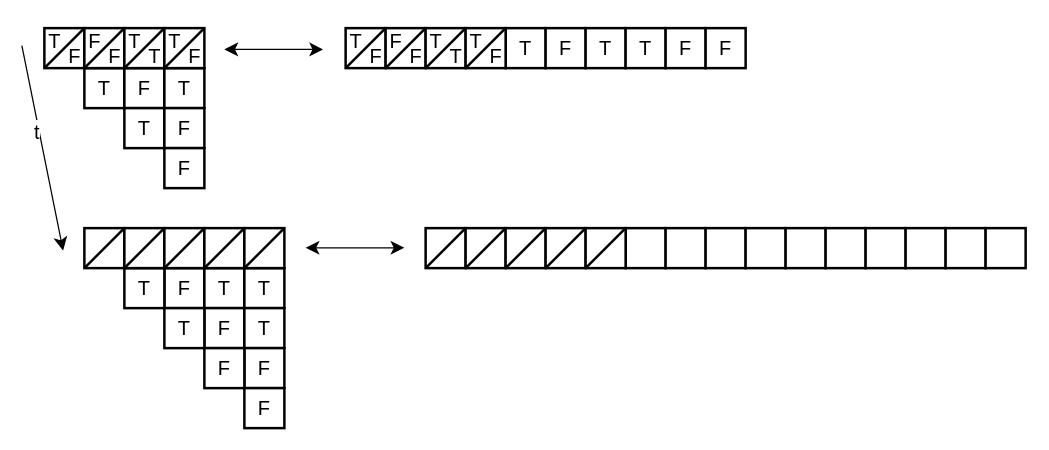
Above: page "第 8 页" (8 of 8) of pic/paperPic.drawio in 1Errors/PaperUse (draw.io), before the change. Source tidied: cells renumbered, new cells numbered last; positions are measured from the earlier drawing's top-left corner, leaving out a move shared by most shapes. Both pictures are drawn from the tidied source at 125%, with x=0, y=0 at pixel (21, 21).
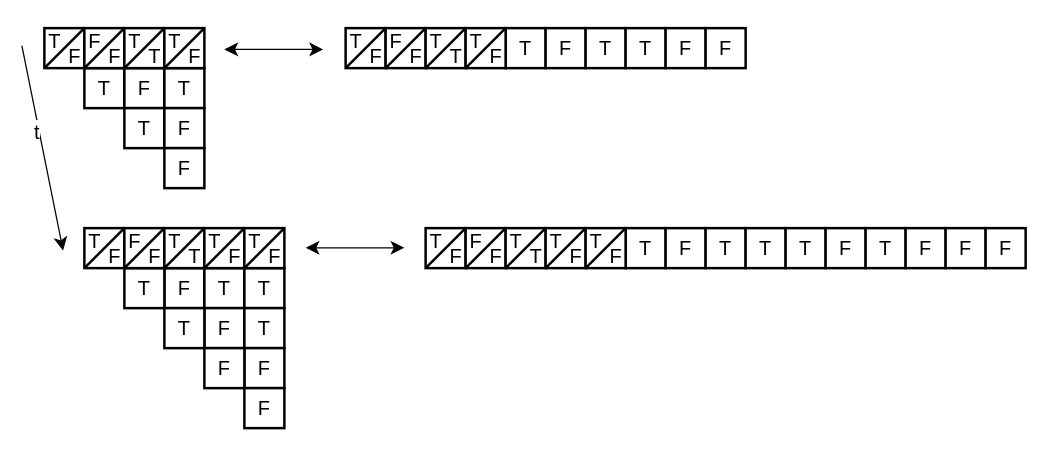
After the change.

Diff of the diagram source:
```diff
@@
-    <mxCell id="24" style="whiteSpace=wrap;html=1;fontSize=16;strokeWidth=2;" parent="1" vertex="1">
+    <mxCell id="24" value="T" style="whiteSpace=wrap;html=1;fontSize=16;strokeWidth=2;" parent="1" vertex="1">
       <mxGeometry x="483" y="165" width="32" height="32" as="geometry" />
     </mxCell>
-    <mxCell id="25" style="whiteSpace=wrap;html=1;fontSize=16;strokeWidth=2;" parent="1" vertex="1">
+    <mxCell id="25" value="F" style="whiteSpace=wrap;html=1;fontSize=16;strokeWidth=2;" parent="1" vertex="1">
       <mxGeometry x="515" y="165" width="32" height="32" as="geometry" />
     </mxCell>
-    <mxCell id="26" style="whiteSpace=wrap;html=1;fontSize=16;strokeWidth=2;" parent="1" vertex="1">
+    <mxCell id="26" value="T" style="whiteSpace=wrap;html=1;fontSize=16;strokeWidth=2;" parent="1" vertex="1">
       <mxGeometry x="547" y="165" width="32" height="32" as="geometry" />
     </mxCell>
-    <mxCell id="27" style="whiteSpace=wrap;html=1;fontSize=16;strokeWidth=2;" parent="1" vertex="1">
+    <mxCell id="27" value="T" style="whiteSpace=wrap;html=1;fontSize=16;strokeWidth=2;" parent="1" vertex="1">
       <mxGeometry x="579" y="165" width="32" height="32" as="geometry" />
     </mxCell>
-    <mxCell id="28" style="whiteSpace=wrap;html=1;fontSize=16;strokeWidth=2;" parent="1" vertex="1">
+    <mxCell id="28" value="T" style="whiteSpace=wrap;html=1;fontSize=16;strokeWidth=2;" parent="1" vertex="1">
       <mxGeometry x="611" y="165" width="32" height="32" as="geometry" />
     </mxCell>
-    <mxCell id="29" style="whiteSpace=wrap;html=1;fontSize=16;strokeWidth=2;" parent="1" vertex="1">
+    <mxCell id="29" value="F" style="whiteSpace=wrap;html=1;fontSize=16;strokeWidth=2;" parent="1" vertex="1">
       <mxGeometry x="643" y="165" width="32" height="32" as="geometry" />
     </mxCell>
-    <mxCell id="30" style="whiteSpace=wrap;html=1;fontSize=16;strokeWidth=2;" parent="1" vertex="1">
+    <mxCell id="30" value="T" style="whiteSpace=wrap;html=1;fontSize=16;strokeWidth=2;" parent="1" vertex="1">
       <mxGeometry x="675" y="165" width="32" height="32" as="geometry" />
     </mxCell>
-    <mxCell id="31" style="whiteSpace=wrap;html=1;fontSize=16;strokeWidth=2;" parent="1" vertex="1">
+    <mxCell id="31" value="F" style="whiteSpace=wrap;html=1;fontSize=16;strokeWidth=2;" parent="1" vertex="1">
       <mxGeometry x="707" y="165" width="32" height="32" as="geometry" />
     </mxCell>
-    <mxCell id="32" style="whiteSpace=wrap;html=1;fontSize=16;strokeWidth=2;" parent="1" vertex="1">
+    <mxCell id="32" value="F" style="whiteSpace=wrap;html=1;fontSize=16;strokeWidth=2;" parent="1" vertex="1">
       <mxGeometry x="739" y="165" width="32" height="32" as="geometry" />
     </mxCell>
-    <mxCell id="33" style="whiteSpace=wrap;html=1;fontSize=16;strokeWidth=2;" parent="1" vertex="1">
+    <mxCell id="33" value="F" style="whiteSpace=wrap;html=1;fontSize=16;strokeWidth=2;" parent="1" vertex="1">
       <mxGeometry x="771" y="165" width="32" height="32" as="geometry" />
     </mxCell>
@@
-    <mxCell id="43" style="group;" parent="1" vertex="1">
-      <mxGeometry x="50" y="165" width="32" height="32" as="geometry" />
-    </mxCell>
-    <mxCell id="44" style="whiteSpace=wrap;html=1;fontSize=16;strokeWidth=2;" parent="43" vertex="1">
-      <mxGeometry width="32" height="32" as="geometry" />
-    </mxCell>
-    <mxCell id="45" style="endArrow=none;html=1;rounded=0;fontSize=12;startSize=8;endSize=8;curved=1;exitX=0;exitY=1;exitDx=0;exitDy=0;entryX=0;entryY=0;entryDx=0;entryDy=0;strokeWidth=2;" parent="43" edge="1" source="44">
-      <mxGeometry relative="1" as="geometry">
-        <mxPoint x="32" as="targetPoint" />
-      </mxGeometry>
-    </mxCell>
-    <mxCell id="46" style="group;" parent="1" vertex="1">
-      <mxGeometry x="82" y="165" width="32" height="32" as="geometry" />
-    </mxCell>
-    <mxCell id="47" style="whiteSpace=wrap;html=1;fontSize=16;strokeWidth=2;" parent="46" vertex="1">
-      <mxGeometry width="32" height="32" as="geometry" />
-    </mxCell>
-    <mxCell id="48" style="endArrow=none;html=1;rounded=0;fontSize=12;startSize=8;endSize=8;curved=1;exitX=0;exitY=1;exitDx=0;exitDy=0;entryX=0;entryY=0;entryDx=0;entryDy=0;strokeWidth=2;" parent="46" edge="1" source="47">
-      <mxGeometry relative="1" as="geometry">
-        <mxPoint x="32" as="targetPoint" />
-      </mxGeometry>
-    </mxCell>
-    <mxCell id="49" style="group;" parent="1" vertex="1">
-      <mxGeometry x="114" y="165" width="32" height="32" as="geometry" />
-    </mxCell>
-    <mxCell id="50" style="whiteSpace=wrap;html=1;fontSize=16;strokeWidth=2;" parent="49" vertex="1">
-      <mxGeometry width="32" height="32" as="geometry" />
-    </mxCell>
-    <mxCell id="51" style="endArrow=none;html=1;rounded=0;fontSize=12;startSize=8;endSize=8;curved=1;exitX=0;exitY=1;exitDx=0;exitDy=0;entryX=0;entryY=0;entryDx=0;entryDy=0;strokeWidth=2;" parent="49" edge="1" source="50">
-      <mxGeometry relative="1" as="geometry">
-        <mxPoint x="32" as="targetPoint" />
-      </mxGeometry>
-    </mxCell>
-    <mxCell id="52" style="group;" parent="1" vertex="1">
-      <mxGeometry x="146" y="165" width="32" height="32" as="geometry" />
-    </mxCell>
-    <mxCell id="53" style="whiteSpace=wrap;html=1;fontSize=16;strokeWidth=2;" parent="52" vertex="1">
-      <mxGeometry width="32" height="32" as="geometry" />
-    </mxCell>
-    <mxCell id="54" style="endArrow=none;html=1;rounded=0;fontSize=12;startSize=8;endSize=8;curved=1;exitX=0;exitY=1;exitDx=0;exitDy=0;entryX=0;entryY=0;entryDx=0;entryDy=0;strokeWidth=2;" parent="52" edge="1" source="53">
-      <mxGeometry relative="1" as="geometry">
-        <mxPoint x="32" as="targetPoint" />
-      </mxGeometry>
-    </mxCell>
-    <mxCell id="55" style="group;" parent="1" vertex="1">
-      <mxGeometry x="178" y="165" width="32" height="32" as="geometry" />
-    </mxCell>
-    <mxCell id="56" style="whiteSpace=wrap;html=1;fontSize=16;strokeWidth=2;" parent="55" vertex="1">
-      <mxGeometry width="32" height="32" as="geometry" />
-    </mxCell>
-    <mxCell id="57" style="endArrow=none;html=1;rounded=0;fontSize=12;startSize=8;endSize=8;curved=1;exitX=0;exitY=1;exitDx=0;exitDy=0;entryX=0;entryY=0;entryDx=0;entryDy=0;strokeWidth=2;" parent="55" edge="1" source="56">
-      <mxGeometry relative="1" as="geometry">
-        <mxPoint x="32" as="targetPoint" />
-      </mxGeometry>
-    </mxCell>
-    <mxCell id="58" style="group;" parent="1" vertex="1">
-      <mxGeometry x="323" y="165" width="32" height="32" as="geometry" />
-    </mxCell>
-    <mxCell id="59" style="whiteSpace=wrap;html=1;fontSize=16;strokeWidth=2;" parent="58" vertex="1">
-      <mxGeometry width="32" height="32" as="geometry" />
-    </mxCell>
-    <mxCell id="60" style="endArrow=none;html=1;rounded=0;fontSize=12;startSize=8;endSize=8;curved=1;exitX=0;exitY=1;exitDx=0;exitDy=0;entryX=0;entryY=0;entryDx=0;entryDy=0;strokeWidth=2;" parent="58" edge="1" source="59">
-      <mxGeometry relative="1" as="geometry">
-        <mxPoint x="32" as="targetPoint" />
-      </mxGeometry>
-    </mxCell>
-    <mxCell id="61" style="group;" parent="1" vertex="1">
-      <mxGeometry x="355" y="165" width="32" height="32" as="geometry" />
-    </mxCell>
-    <mxCell id="62" style="whiteSpace=wrap;html=1;fontSize=16;strokeWidth=2;" parent="61" vertex="1">
-      <mxGeometry width="32" height="32" as="geometry" />
-    </mxCell>
-    <mxCell id="63" style="endArrow=none;html=1;rounded=0;fontSize=12;startSize=8;endSize=8;curved=1;exitX=0;exitY=1;exitDx=0;exitDy=0;entryX=0;entryY=0;entryDx=0;entryDy=0;strokeWidth=2;" parent="61" edge="1" source="62">
-      <mxGeometry relative="1" as="geometry">
-        <mxPoint x="32" as="targetPoint" />
-      </mxGeometry>
-    </mxCell>
-    <mxCell id="64" style="group;" parent="1" vertex="1">
-      <mxGeometry x="387" y="165" width="32" height="32" as="geometry" />
-    </mxCell>
-    <mxCell id="65" style="whiteSpace=wrap;html=1;fontSize=16;strokeWidth=2;" parent="64" vertex="1">
-      <mxGeometry width="32" height="32" as="geometry" />
-    </mxCell>
-    <mxCell id="66" style="endArrow=none;html=1;rounded=0;fontSize=12;startSize=8;endSize=8;curved=1;exitX=0;exitY=1;exitDx=0;exitDy=0;entryX=0;entryY=0;entryDx=0;entryDy=0;strokeWidth=2;" parent="64" edge="1" source="65">
-      <mxGeometry relative="1" as="geometry">
-        <mxPoint x="32" as="targetPoint" />
-      </mxGeometry>
-    </mxCell>
-    <mxCell id="67" style="group;" parent="1" vertex="1">
-      <mxGeometry x="419" y="165" width="32" height="32" as="geometry" />
-    </mxCell>
-    <mxCell id="68" style="whiteSpace=wrap;html=1;fontSize=16;strokeWidth=2;" parent="67" vertex="1">
-      <mxGeometry width="32" height="32" as="geometry" />
-    </mxCell>
-    <mxCell id="69" style="endArrow=none;html=1;rounded=0;fontSize=12;startSize=8;endSize=8;curved=1;exitX=0;exitY=1;exitDx=0;exitDy=0;entryX=0;entryY=0;entryDx=0;entryDy=0;strokeWidth=2;" parent="67" edge="1" source="68">
-      <mxGeometry relative="1" as="geometry">
-        <mxPoint x="32" as="targetPoint" />
-      </mxGeometry>
-    </mxCell>
-    <mxCell id="70" style="group;" parent="1" vertex="1">
-      <mxGeometry x="451" y="165" width="32" height="32" as="geometry" />
-    </mxCell>
-    <mxCell id="71" style="whiteSpace=wrap;html=1;fontSize=16;strokeWidth=2;" parent="70" vertex="1">
-      <mxGeometry width="32" height="32" as="geometry" />
-    </mxCell>
-    <mxCell id="72" style="endArrow=none;html=1;rounded=0;fontSize=12;startSize=8;endSize=8;curved=1;exitX=0;exitY=1;exitDx=0;exitDy=0;entryX=0;entryY=0;entryDx=0;entryDy=0;strokeWidth=2;" parent="70" edge="1" source="71">
-      <mxGeometry relative="1" as="geometry">
-        <mxPoint x="32" as="targetPoint" />
-      </mxGeometry>
-    </mxCell>
@@
+    <mxCell id="108" style="group;" parent="1" vertex="1">
+      <mxGeometry x="50" y="165" width="36" height="37" as="geometry" />
+    </mxCell>
+    <mxCell id="109" style="whiteSpace=wrap;html=1;fontSize=16;strokeWidth=2;" parent="108" vertex="1">
+      <mxGeometry width="32" height="32" as="geometry" />
+    </mxCell>
+    <mxCell id="110" style="endArrow=none;html=1;rounded=0;fontSize=12;startSize=8;endSize=8;curved=1;exitX=0;exitY=1;exitDx=0;exitDy=0;entryX=0;entryY=0;entryDx=0;entryDy=0;strokeWidth=2;" parent="108" edge="1" source="109">
+      <mxGeometry relative="1" as="geometry">
+        <mxPoint x="32" as="targetPoint" />
+      </mxGeometry>
+    </mxCell>
+    <mxCell id="111" value="T" style="text;html=1;strokeColor=none;fillColor=none;align=center;verticalAlign=middle;whiteSpace=wrap;rounded=0;fontSize=16;" parent="108" vertex="1">
+      <mxGeometry x="-3" y="-5" width="23" height="30" as="geometry" />
+    </mxCell>
+    <mxCell id="112" value="F" style="text;html=1;strokeColor=none;fillColor=none;align=center;verticalAlign=middle;whiteSpace=wrap;rounded=0;fontSize=16;" parent="108" vertex="1">
+      <mxGeometry x="13" y="7" width="23" height="30" as="geometry" />
+    </mxCell>
+    <mxCell id="113" style="group;" parent="1" vertex="1">
+      <mxGeometry x="82" y="165" width="36" height="37" as="geometry" />
+    </mxCell>
+    <mxCell id="114" style="whiteSpace=wrap;html=1;fontSize=16;strokeWidth=2;" parent="113" vertex="1">
+      <mxGeometry width="32" height="32" as="geometry" />
+    </mxCell>
+    <mxCell id="115" style="endArrow=none;html=1;rounded=0;fontSize=12;startSize=8;endSize=8;curved=1;exitX=0;exitY=1;exitDx=0;exitDy=0;entryX=0;entryY=0;entryDx=0;entryDy=0;strokeWidth=2;" parent="113" edge="1" source="114">
+      <mxGeometry relative="1" as="geometry">
+        <mxPoint x="32" as="targetPoint" />
+      </mxGeometry>
+    </mxCell>
+    <mxCell id="116" value="F" style="text;html=1;strokeColor=none;fillColor=none;align=center;verticalAlign=middle;whiteSpace=wrap;rounded=0;fontSize=16;" parent="113" vertex="1">
+      <mxGeometry x="-3" y="-5" width="23" height="30" as="geometry" />
+    </mxCell>
+    <mxCell id="117" value="F" style="text;html=1;strokeColor=none;fillColor=none;align=center;verticalAlign=middle;whiteSpace=wrap;rounded=0;fontSize=16;" parent="113" vertex="1">
+      <mxGeometry x="13" y="7" width="23" height="30" as="geometry" />
+    </mxCell>
+    <mxCell id="118" style="group;" parent="1" vertex="1">
+      <mxGeometry x="114" y="165" width="36" height="37" as="geometry" />
+    </mxCell>
+    <mxCell id="119" style="whiteSpace=wrap;html=1;fontSize=16;strokeWidth=2;" parent="118" vertex="1">
+      <mxGeometry width="32" height="32" as="geometry" />
+    </mxCell>
+    <mxCell id="120" style="endArrow=none;html=1;rounded=0;fontSize=12;startSize=8;endSize=8;curved=1;exitX=0;exitY=1;exitDx=0;exitDy=0;entryX=0;entryY=0;entryDx=0;entryDy=0;strokeWidth=2;" parent="118" edge="1" source="119">
+      <mxGeometry relative="1" as="geometry">
+        <mxPoint x="32" as="targetPoint" />
+      </mxGeometry>
+    </mxCell>
+    <mxCell id="121" value="T" style="text;html=1;strokeColor=none;fillColor=none;align=center;verticalAlign=middle;whiteSpace=wrap;rounded=0;fontSize=16;" parent="118" vertex="1">
+      <mxGeometry x="-3" y="-5" width="23" height="30" as="geometry" />
+    </mxCell>
+    <mxCell id="122" value="T" style="text;html=1;strokeColor=none;fillColor=none;align=center;verticalAlign=middle;whiteSpace=wrap;rounded=0;fontSize=16;" parent="118" vertex="1">
+      <mxGeometry x="13" y="7" width="23" height="30" as="geometry" />
+    </mxCell>
+    <mxCell id="123" style="group;" parent="1" vertex="1">
+      <mxGeometry x="146" y="165" width="36" height="37" as="geometry" />
+    </mxCell>
+    <mxCell id="124" style="whiteSpace=wrap;html=1;fontSize=16;strokeWidth=2;" parent="123" vertex="1">
+      <mxGeometry width="32" height="32" as="geometry" />
+    </mxCell>
+    <mxCell id="125" style="endArrow=none;html=1;rounded=0;fontSize=12;startSize=8;endSize=8;curved=1;exitX=0;exitY=1;exitDx=0;exitDy=0;entryX=0;entryY=0;entryDx=0;entryDy=0;strokeWidth=2;" parent="123" edge="1" source="124">
+      <mxGeometry relative="1" as="geometry">
+        <mxPoint x="32" as="targetPoint" />
+      </mxGeometry>
+    </mxCell>
+    <mxCell id="126" value="T" style="text;html=1;strokeColor=none;fillColor=none;align=center;verticalAlign=middle;whiteSpace=wrap;rounded=0;fontSize=16;" parent="123" vertex="1">
+      <mxGeometry x="-3" y="-5" width="23" height="30" as="geometry" />
+    </mxCell>
+    <mxCell id="127" value="F" style="text;html=1;strokeColor=none;fillColor=none;align=center;verticalAlign=middle;whiteSpace=wrap;rounded=0;fontSize=16;" parent="123" vertex="1">
+      <mxGeometry x="13" y="7" width="23" height="30" as="geometry" />
+    </mxCell>
+    <mxCell id="128" style="group;" parent="1" vertex="1">
+      <mxGeometry x="178" y="165" width="36" height="37" as="geometry" />
+    </mxCell>
+    <mxCell id="129" style="whiteSpace=wrap;html=1;fontSize=16;strokeWidth=2;" parent="128" vertex="1">
+      <mxGeometry width="32" height="32" as="geometry" />
+    </mxCell>
+    <mxCell id="130" style="endArrow=none;html=1;rounded=0;fontSize=12;startSize=8;endSize=8;curved=1;exitX=0;exitY=1;exitDx=0;exitDy=0;entryX=0;entryY=0;entryDx=0;entryDy=0;strokeWidth=2;" parent="128" edge="1" source="129">
+      <mxGeometry relative="1" as="geometry">
+        <mxPoint x="32" as="targetPoint" />
+      </mxGeometry>
+    </mxCell>
+    <mxCell id="131" value="T" style="text;html=1;strokeColor=none;fillColor=none;align=center;verticalAlign=middle;whiteSpace=wrap;rounded=0;fontSize=16;" parent="128" vertex="1">
+      <mxGeometry x="-3" y="-5" width="23" height="30" as="geometry" />
+    </mxCell>
+    <mxCell id="132" value="F" style="text;html=1;strokeColor=none;fillColor=none;align=center;verticalAlign=middle;whiteSpace=wrap;rounded=0;fontSize=16;" parent="128" vertex="1">
+      <mxGeometry x="13" y="7" width="23" height="30" as="geometry" />
+    </mxCell>
+    <mxCell id="133" style="group;" parent="1" vertex="1">
+      <mxGeometry x="323" y="165" width="36" height="37" as="geometry" />
+    </mxCell>
+    <mxCell id="134" style="whiteSpace=wrap;html=1;fontSize=16;strokeWidth=2;" parent="133" vertex="1">
+      <mxGeometry width="32" height="32" as="geometry" />
+    </mxCell>
+    <mxCell id="135" style="endArrow=none;html=1;rounded=0;fontSize=12;startSize=8;endSize=8;curved=1;exitX=0;exitY=1;exitDx=0;exitDy=0;entryX=0;entryY=0;entryDx=0;entryDy=0;strokeWidth=2;" parent="133" edge="1" source="134">
+      <mxGeometry relative="1" as="geometry">
+        <mxPoint x="32" as="targetPoint" />
+      </mxGeometry>
+    </mxCell>
+    <mxCell id="136" value="T" style="text;html=1;strokeColor=none;fillColor=none;align=center;verticalAlign=middle;whiteSpace=wrap;rounded=0;fontSize=16;" parent="133" vertex="1">
+      <mxGeometry x="-3" y="-5" width="23" height="30" as="geometry" />
+    </mxCell>
+    <mxCell id="137" value="F" style="text;html=1;strokeColor=none;fillColor=none;align=center;verticalAlign=middle;whiteSpace=wrap;rounded=0;fontSize=16;" parent="133" vertex="1">
+      <mxGeometry x="13" y="7" width="23" height="30" as="geometry" />
+    </mxCell>
+    <mxCell id="138" style="group;" parent="1" vertex="1">
+      <mxGeometry x="355" y="165" width="36" height="37" as="geometry" />
+    </mxCell>
+    <mxCell id="139" style="whiteSpace=wrap;html=1;fontSize=16;strokeWidth=2;" parent="138" vertex="1">
+      <mxGeometry width="32" height="32" as="geometry" />
+    </mxCell>
+    <mxCell id="140" style="endArrow=none;html=1;rounded=0;fontSize=12;startSize=8;endSize=8;curved=1;exitX=0;exitY=1;exitDx=0;exitDy=0;entryX=0;entryY=0;entryDx=0;entryDy=0;strokeWidth=2;" parent="138" edge="1" source="139">
+      <mxGeometry relative="1" as="geometry">
+        <mxPoint x="32" as="targetPoint" />
+      </mxGeometry>
+    </mxCell>
+    <mxCell id="141" value="F" style="text;html=1;strokeColor=none;fillColor=none;align=center;verticalAlign=middle;whiteSpace=wrap;rounded=0;fontSize=16;" parent="138" vertex="1">
+      <mxGeometry x="-3" y="-5" width="23" height="30" as="geometry" />
+    </mxCell>
+    <mxCell id="142" value="F" style="text;html=1;strokeColor=none;fillColor=none;align=center;verticalAlign=middle;whiteSpace=wrap;rounded=0;fontSize=16;" parent="138" vertex="1">
+      <mxGeometry x="13" y="7" width="23" height="30" as="geometry" />
+    </mxCell>
+    <mxCell id="143" style="group;" parent="1" vertex="1">
+      <mxGeometry x="387" y="165" width="36" height="37" as="geometry" />
+    </mxCell>
+    <mxCell id="144" style="whiteSpace=wrap;html=1;fontSize=16;strokeWidth=2;" parent="143" vertex="1">
+      <mxGeometry width="32" height="32" as="geometry" />
+    </mxCell>
+    <mxCell id="145" style="endArrow=none;html=1;rounded=0;fontSize=12;startSize=8;endSize=8;curved=1;exitX=0;exitY=1;exitDx=0;exitDy=0;entryX=0;entryY=0;entryDx=0;entryDy=0;strokeWidth=2;" parent="143" edge="1" source="144">
+      <mxGeometry relative="1" as="geometry">
+        <mxPoint x="32" as="targetPoint" />
+      </mxGeometry>
+    </mxCell>
+    <mxCell id="146" value="T" style="text;html=1;strokeColor=none;fillColor=none;align=center;verticalAlign=middle;whiteSpace=wrap;rounded=0;fontSize=16;" parent="143" vertex="1">
+      <mxGeometry x="-3" y="-5" width="23" height="30" as="geometry" />
+    </mxCell>
+    <mxCell id="147" value="T" style="text;html=1;strokeColor=none;fillColor=none;align=center;verticalAlign=middle;whiteSpace=wrap;rounded=0;fontSize=16;" parent="143" vertex="1">
+      <mxGeometry x="13" y="7" width="23" height="30" as="geometry" />
+    </mxCell>
+    <mxCell id="148" style="group;" parent="1" vertex="1">
+      <mxGeometry x="419" y="165" width="36" height="37" as="geometry" />
+    </mxCell>
+    <mxCell id="149" style="whiteSpace=wrap;html=1;fontSize=16;strokeWidth=2;" parent="148" vertex="1">
+      <mxGeometry width="32" height="32" as="geometry" />
+    </mxCell>
+    <mxCell id="150" style="endArrow=none;html=1;rounded=0;fontSize=12;startSize=8;endSize=8;curved=1;exitX=0;exitY=1;exitDx=0;exitDy=0;entryX=0;entryY=0;entryDx=0;entryDy=0;strokeWidth=2;" parent="148" edge="1" source="149">
+      <mxGeometry relative="1" as="geometry">
+        <mxPoint x="32" as="targetPoint" />
+      </mxGeometry>
+    </mxCell>
+    <mxCell id="151" value="T" style="text;html=1;strokeColor=none;fillColor=none;align=center;verticalAlign=middle;whiteSpace=wrap;rounded=0;fontSize=16;" parent="148" vertex="1">
+      <mxGeometry x="-3" y="-5" width="23" height="30" as="geometry" />
+    </mxCell>
+    <mxCell id="152" value="F" style="text;html=1;strokeColor=none;fillColor=none;align=center;verticalAlign=middle;whiteSpace=wrap;rounded=0;fontSize=16;" parent="148" vertex="1">
+      <mxGeometry x="13" y="7" width="23" height="30" as="geometry" />
+    </mxCell>
+    <mxCell id="153" style="group;" parent="1" vertex="1">
+      <mxGeometry x="451" y="165" width="36" height="37" as="geometry" />
+    </mxCell>
+    <mxCell id="154" style="whiteSpace=wrap;html=1;fontSize=16;strokeWidth=2;" parent="153" vertex="1">
+      <mxGeometry width="32" height="32" as="geometry" />
+    </mxCell>
+    <mxCell id="155" style="endArrow=none;html=1;rounded=0;fontSize=12;startSize=8;endSize=8;curved=1;exitX=0;exitY=1;exitDx=0;exitDy=0;entryX=0;entryY=0;entryDx=0;entryDy=0;strokeWidth=2;" parent="153" edge="1" source="154">
+      <mxGeometry relative="1" as="geometry">
+        <mxPoint x="32" as="targetPoint" />
+      </mxGeometry>
+    </mxCell>
+    <mxCell id="156" value="T" style="text;html=1;strokeColor=none;fillColor=none;align=center;verticalAlign=middle;whiteSpace=wrap;rounded=0;fontSize=16;" parent="153" vertex="1">
+      <mxGeometry x="-3" y="-5" width="23" height="30" as="geometry" />
+    </mxCell>
+    <mxCell id="157" value="F" style="text;html=1;strokeColor=none;fillColor=none;align=center;verticalAlign=middle;whiteSpace=wrap;rounded=0;fontSize=16;" parent="153" vertex="1">
+      <mxGeometry x="13" y="7" width="23" height="30" as="geometry" />
+    </mxCell>
```
